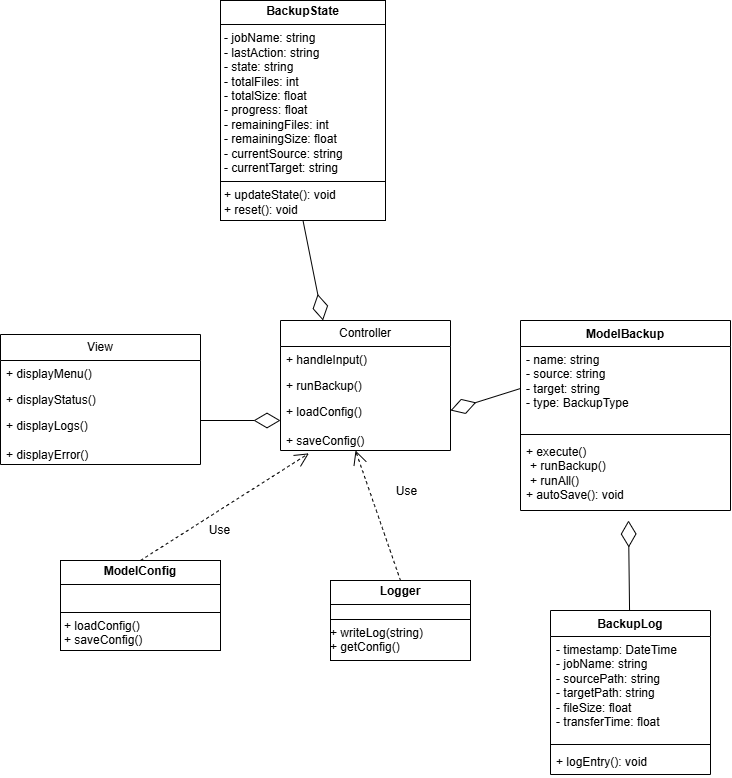
This is ressources/class_diagram.png from saadaouis/Projet_GL, a draw.io export, as it was before one commit. Source tidied: cells renumbered, new cells last; positions are measured from the earlier drawing's top-left corner, leaving out a move shared by most shapes.
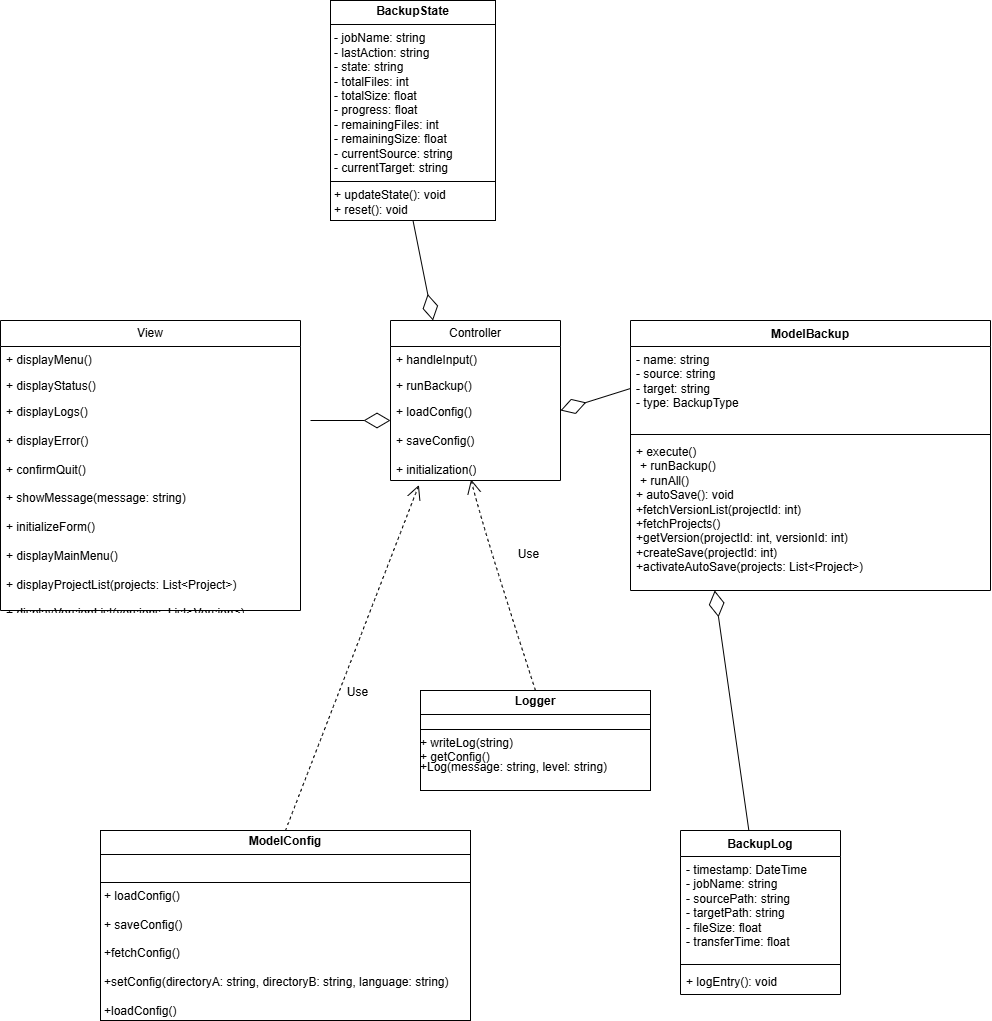
After the commit.

Commit message:
Added missing methods and adjusted formatting for consistency

What changed in the source:
```diff
@@ -3,19 +3,19 @@
     <mxCell id="0" />
     <mxCell id="1" parent="0" />
     <mxCell id="2" value="&amp;nbsp;View&amp;nbsp;" style="swimlane;fontStyle=0;horizontal=1;startSize=26;fillColor=none;whiteSpace=wrap;html=1;" parent="1" vertex="1">
-      <mxGeometry y="334" width="200" height="130" as="geometry" />
+      <mxGeometry x="-110" y="320" width="300" height="290" as="geometry" />
     </mxCell>
     <mxCell id="3" value="+ displayMenu()&amp;nbsp;" style="text;strokeColor=none;fillColor=none;align=left;verticalAlign=top;spacingLeft=4;spacingRight=4;overflow=hidden;whiteSpace=wrap;html=1;" parent="2" vertex="1">
-      <mxGeometry y="26" width="200" height="26" as="geometry" />
+      <mxGeometry y="26" width="300" height="26" as="geometry" />
     </mxCell>
     <mxCell id="4" value="+ displayStatus()" style="text;strokeColor=none;fillColor=none;align=left;verticalAlign=top;spacingLeft=4;spacingRight=4;overflow=hidden;whiteSpace=wrap;html=1;" parent="2" vertex="1">
-      <mxGeometry y="52" width="200" height="26" as="geometry" />
+      <mxGeometry y="52" width="300" height="26" as="geometry" />
     </mxCell>
-    <mxCell id="5" value="+ displayLogs()&amp;nbsp;&lt;div&gt;&lt;br&gt;&lt;div&gt;+ displayError()&amp;nbsp;&lt;/div&gt;&lt;/div&gt;" style="text;strokeColor=none;fillColor=none;align=left;verticalAlign=top;spacingLeft=4;spacingRight=4;overflow=hidden;whiteSpace=wrap;html=1;" parent="2" vertex="1">
-      <mxGeometry y="78" width="200" height="52" as="geometry" />
+    <mxCell id="5" value="+ displayLogs()&amp;nbsp;&lt;div&gt;&lt;br&gt;&lt;div&gt;+ displayError()&amp;nbsp;&lt;/div&gt;&lt;/div&gt;&lt;div&gt;&lt;br&gt;&lt;/div&gt;&lt;div&gt;&lt;div&gt;+&amp;nbsp;&lt;span style=&quot;background-color: transparent; color: light-dark(rgb(0, 0, 0), rgb(255, 255, 255));&quot;&gt;confirmQuit()&lt;/span&gt;&lt;/div&gt;&lt;div&gt;&lt;span style=&quot;background-color: transparent; color: light-dark(rgb(0, 0, 0), rgb(255, 255, 255));&quot;&gt;&lt;br&gt;&lt;/span&gt;&lt;/div&gt;&lt;div&gt;+ showMessage(message: string)&lt;/div&gt;&lt;div&gt;&lt;br&gt;&lt;/div&gt;&lt;div&gt;+ initializeForm()&lt;/div&gt;&lt;div&gt;&lt;br&gt;&lt;/div&gt;&lt;div&gt;+ displayMainMenu()&lt;/div&gt;&lt;div&gt;&lt;br&gt;&lt;/div&gt;&lt;div&gt;+ displayProjectList(projects: List&amp;lt;Project&amp;gt;)&lt;/div&gt;&lt;div&gt;&lt;br&gt;&lt;/div&gt;&lt;div&gt;+ displayVersionList(versions: List&amp;lt;Version&amp;gt;)&lt;/div&gt;&lt;/div&gt;&lt;div&gt;&lt;br&gt;&lt;/div&gt;" style="text;strokeColor=none;fillColor=none;align=left;verticalAlign=top;spacingLeft=4;spacingRight=4;overflow=hidden;whiteSpace=wrap;html=1;" parent="2" vertex="1">
+      <mxGeometry y="78" width="300" height="212" as="geometry" />
     </mxCell>
     <mxCell id="6" value="Controller" style="swimlane;fontStyle=0;horizontal=1;startSize=26;fillColor=none;whiteSpace=wrap;html=1;" parent="1" vertex="1">
-      <mxGeometry x="280" y="320" width="170" height="130" as="geometry" />
+      <mxGeometry x="280" y="320" width="170" height="160" as="geometry" />
     </mxCell>
     <mxCell id="7" value="+ handleInput()" style="text;strokeColor=none;fillColor=none;align=left;verticalAlign=top;spacingLeft=4;spacingRight=4;overflow=hidden;whiteSpace=wrap;html=1;" parent="6" vertex="1">
       <mxGeometry y="26" width="170" height="26" as="geometry" />
@@ -23,14 +23,14 @@
     <mxCell id="8" value="+ runBackup()" style="text;strokeColor=none;fillColor=none;align=left;verticalAlign=top;spacingLeft=4;spacingRight=4;overflow=hidden;whiteSpace=wrap;html=1;" parent="6" vertex="1">
       <mxGeometry y="52" width="170" height="26" as="geometry" />
     </mxCell>
-    <mxCell id="9" value="+ loadConfig()&lt;div&gt;&lt;br&gt;&lt;div&gt;+ saveConfig()&amp;nbsp;&amp;nbsp;&lt;/div&gt;&lt;div&gt;&amp;nbsp;&lt;div&gt;&lt;br&gt;&lt;/div&gt;&lt;div&gt;&amp;nbsp;&amp;nbsp;&amp;nbsp;&lt;/div&gt;&lt;/div&gt;&lt;/div&gt;" style="text;strokeColor=none;fillColor=none;align=left;verticalAlign=top;spacingLeft=4;spacingRight=4;overflow=hidden;points=[[0,0.5],[1,0.5]];portConstraint=eastwest;whiteSpace=wrap;html=1;" parent="6" vertex="1">
-      <mxGeometry y="78" width="170" height="52" as="geometry" />
+    <mxCell id="9" value="+ loadConfig()&lt;div&gt;&lt;br&gt;&lt;div&gt;+ saveConfig()&lt;/div&gt;&lt;div&gt;&lt;br&gt;&lt;/div&gt;&lt;div&gt;+ initialization()&lt;/div&gt;&lt;div&gt;&amp;nbsp;&lt;/div&gt;&lt;div&gt;&amp;nbsp;&lt;/div&gt;&lt;div&gt;&amp;nbsp;&lt;div&gt;&lt;br&gt;&lt;/div&gt;&lt;div&gt;&amp;nbsp;&amp;nbsp;&amp;nbsp;&lt;/div&gt;&lt;/div&gt;&lt;/div&gt;" style="text;strokeColor=none;fillColor=none;align=left;verticalAlign=top;spacingLeft=4;spacingRight=4;overflow=hidden;points=[[0,0.5],[1,0.5]];portConstraint=eastwest;whiteSpace=wrap;html=1;" parent="6" vertex="1">
+      <mxGeometry y="78" width="170" height="82" as="geometry" />
     </mxCell>
     <mxCell id="10" value="ModelBackup" style="swimlane;fontStyle=1;align=center;verticalAlign=top;horizontal=1;startSize=26;whiteSpace=wrap;html=1;" parent="1" vertex="1">
-      <mxGeometry x="520" y="320" width="210" height="190" as="geometry" />
+      <mxGeometry x="520" y="320" width="360" height="270" as="geometry" />
     </mxCell>
     <mxCell id="11" value="- name: string&amp;nbsp;&lt;div&gt;- source: string&lt;/div&gt;&lt;div&gt;- target: string&lt;/div&gt;&lt;div&gt;- type: BackupType&lt;/div&gt;&lt;div&gt;&amp;nbsp;&lt;/div&gt;&lt;div&gt;&amp;nbsp;&lt;div&gt;&lt;br&gt;&lt;/div&gt;&lt;/div&gt;" style="text;strokeColor=none;fillColor=none;align=left;verticalAlign=top;spacingLeft=4;spacingRight=4;overflow=hidden;points=[[0,0.5],[1,0.5]];portConstraint=eastwest;whiteSpace=wrap;html=1;" parent="10" vertex="1">
-      <mxGeometry y="26" width="210" height="84" as="geometry" />
+      <mxGeometry y="26" width="360" height="84" as="geometry" />
     </mxCell>
     <mxCell id="12" style="endArrow=diamondThin;endFill=0;endSize=24;html=1;rounded=0;fontSize=12;curved=1;exitX=0;exitY=0.5;exitDx=0;exitDy=0;" parent="10" edge="1" source="11">
       <mxGeometry relative="1" as="geometry">
@@ -38,13 +38,13 @@
       </mxGeometry>
     </mxCell>
     <mxCell id="13" style="line;strokeWidth=1;fillColor=none;align=left;verticalAlign=middle;spacingTop=-1;spacingLeft=3;spacingRight=3;labelPosition=right;strokeColor=inherit;" parent="10" vertex="1">
-      <mxGeometry y="110" width="210" height="8" as="geometry" />
+      <mxGeometry y="110" width="360" height="8" as="geometry" />
     </mxCell>
-    <mxCell id="14" value="+ execute()&amp;nbsp; &amp;nbsp; &amp;nbsp; &amp;nbsp;&lt;p style=&quot;margin: 0px 0px 0px 4px;&quot;&gt;+ runBackup()&amp;nbsp;&lt;/p&gt;&lt;p style=&quot;margin: 0px 0px 0px 4px;&quot;&gt;+ runAll()&amp;nbsp;&lt;/p&gt;&lt;div&gt;&lt;span style=&quot;background-color: transparent; color: light-dark(rgb(0, 0, 0), rgb(255, 255, 255));&quot;&gt;+ autoSave(): void&amp;nbsp;&lt;/span&gt;&amp;nbsp;&amp;nbsp; &amp;nbsp;&lt;/div&gt;" style="text;strokeColor=none;fillColor=none;align=left;verticalAlign=top;spacingLeft=4;spacingRight=4;overflow=hidden;points=[[0,0.5],[1,0.5]];portConstraint=eastwest;whiteSpace=wrap;html=1;" parent="10" vertex="1">
-      <mxGeometry y="118" width="210" height="72" as="geometry" />
+    <mxCell id="14" value="+ execute()&amp;nbsp; &amp;nbsp; &amp;nbsp; &amp;nbsp;&lt;p style=&quot;margin: 0px 0px 0px 4px;&quot;&gt;+ runBackup()&amp;nbsp;&lt;/p&gt;&lt;p style=&quot;margin: 0px 0px 0px 4px;&quot;&gt;+ runAll()&amp;nbsp;&lt;/p&gt;&lt;div&gt;&lt;span style=&quot;background-color: transparent; color: light-dark(rgb(0, 0, 0), rgb(255, 255, 255));&quot;&gt;+ autoSave(): void&amp;nbsp;&lt;/span&gt;&amp;nbsp;&amp;nbsp; &amp;nbsp;&lt;/div&gt;&lt;div&gt;&lt;div&gt;+fetchVersionList(projectId: int)&lt;/div&gt;&lt;div&gt;+fetchProjects()&lt;/div&gt;&lt;div&gt;+getVersion(projectId: int, versionId: int)&lt;/div&gt;&lt;div&gt;+createSave(projectId: int)&lt;/div&gt;&lt;div&gt;+activateAutoSave(projects: List&amp;lt;Project&amp;gt;)&lt;/div&gt;&lt;/div&gt;&lt;div&gt;&lt;br&gt;&lt;/div&gt;" style="text;strokeColor=none;fillColor=none;align=left;verticalAlign=top;spacingLeft=4;spacingRight=4;overflow=hidden;points=[[0,0.5],[1,0.5]];portConstraint=eastwest;whiteSpace=wrap;html=1;" parent="10" vertex="1">
+      <mxGeometry y="118" width="360" height="152" as="geometry" />
     </mxCell>
     <mxCell id="15" value="BackupLog" style="swimlane;fontStyle=1;align=center;verticalAlign=top;horizontal=1;startSize=26;whiteSpace=wrap;html=1;" parent="1" vertex="1">
-      <mxGeometry x="550" y="610" width="160" height="164" as="geometry" />
+      <mxGeometry x="570" y="830" width="160" height="164" as="geometry" />
     </mxCell>
     <mxCell id="16" value="- timestamp: DateTime&lt;br&gt;- jobName: string&lt;br&gt;- sourcePath: string&lt;div&gt;- targetPath: string&lt;/div&gt;&lt;div&gt;- fileSize: float&lt;/div&gt;&lt;div&gt;- transferTime: float&lt;/div&gt;" style="text;strokeColor=none;fillColor=none;align=left;verticalAlign=top;spacingLeft=4;spacingRight=4;overflow=hidden;whiteSpace=wrap;html=1;" parent="15" vertex="1">
       <mxGeometry y="26" width="160" height="104" as="geometry" />
@@ -58,11 +58,11 @@
     <mxCell id="19" value="&lt;p style=&quot;margin:0px;margin-top:4px;text-align:center;&quot;&gt;&lt;b&gt;BackupState&lt;/b&gt;&lt;/p&gt;&lt;hr size=&quot;1&quot; style=&quot;border-style:solid;&quot;&gt;&lt;p style=&quot;margin:0px;margin-left:4px;&quot;&gt;- jobName: string&amp;nbsp;&amp;nbsp;&lt;/p&gt;&lt;p style=&quot;margin:0px;margin-left:4px;&quot;&gt;- lastAction: string&amp;nbsp;&amp;nbsp;&lt;/p&gt;&lt;p style=&quot;margin:0px;margin-left:4px;&quot;&gt;- state: string&amp;nbsp;&amp;nbsp;&lt;/p&gt;&lt;p style=&quot;margin:0px;margin-left:4px;&quot;&gt;- totalFiles: int&amp;nbsp;&amp;nbsp;&lt;/p&gt;&lt;p style=&quot;margin:0px;margin-left:4px;&quot;&gt;- totalSize: float&amp;nbsp;&amp;nbsp;&lt;/p&gt;&lt;p style=&quot;margin:0px;margin-left:4px;&quot;&gt;- progress: float&amp;nbsp;&amp;nbsp;&lt;/p&gt;&lt;p style=&quot;margin:0px;margin-left:4px;&quot;&gt;- remainingFiles: int&amp;nbsp;&amp;nbsp;&lt;/p&gt;&lt;p style=&quot;margin:0px;margin-left:4px;&quot;&gt;- remainingSize: float&amp;nbsp;&amp;nbsp;&lt;/p&gt;&lt;p style=&quot;margin:0px;margin-left:4px;&quot;&gt;- currentSource: string&amp;nbsp;&amp;nbsp;&lt;/p&gt;&lt;p style=&quot;margin:0px;margin-left:4px;&quot;&gt;- currentTarget: string&amp;nbsp;&amp;nbsp;&lt;/p&gt;&lt;hr size=&quot;1&quot; style=&quot;border-style:solid;&quot;&gt;&lt;p style=&quot;margin:0px;margin-left:4px;&quot;&gt;+ updateState(): void&amp;nbsp;&amp;nbsp;&lt;/p&gt;&lt;p style=&quot;margin:0px;margin-left:4px;&quot;&gt;+ reset(): void&amp;nbsp;&amp;nbsp;&lt;/p&gt;" style="verticalAlign=top;align=left;overflow=fill;html=1;whiteSpace=wrap;" parent="1" vertex="1">
       <mxGeometry x="220" width="165" height="220" as="geometry" />
     </mxCell>
-    <mxCell id="20" value="&lt;p style=&quot;margin:0px;margin-top:4px;text-align:center;&quot;&gt;&lt;b&gt;ModelConfig&lt;/b&gt;&lt;/p&gt;&lt;hr size=&quot;1&quot; style=&quot;border-style:solid;&quot;&gt;&lt;p style=&quot;margin:0px;margin-left:4px;&quot;&gt;&lt;br&gt;&lt;/p&gt;&lt;hr size=&quot;1&quot; style=&quot;border-style:solid;&quot;&gt;&lt;p style=&quot;margin:0px;margin-left:4px;&quot;&gt;+ loadConfig()&lt;/p&gt;&lt;p style=&quot;margin:0px;margin-left:4px;&quot;&gt;+ saveConfig()&lt;br&gt;&lt;br&gt;&lt;/p&gt;" style="verticalAlign=top;align=left;overflow=fill;html=1;whiteSpace=wrap;" parent="1" vertex="1">
-      <mxGeometry x="60" y="560" width="160" height="90" as="geometry" />
+    <mxCell id="20" value="&lt;p style=&quot;margin:0px;margin-top:4px;text-align:center;&quot;&gt;&lt;b&gt;ModelConfig&lt;/b&gt;&lt;/p&gt;&lt;hr size=&quot;1&quot; style=&quot;border-style:solid;&quot;&gt;&lt;p style=&quot;margin:0px;margin-left:4px;&quot;&gt;&lt;br&gt;&lt;/p&gt;&lt;hr size=&quot;1&quot; style=&quot;border-style:solid;&quot;&gt;&lt;p style=&quot;margin:0px;margin-left:4px;&quot;&gt;+ loadConfig()&lt;/p&gt;&lt;p style=&quot;margin:0px;margin-left:4px;&quot;&gt;&lt;br&gt;&lt;/p&gt;&lt;p style=&quot;margin:0px;margin-left:4px;&quot;&gt;+ saveConfig()&lt;/p&gt;&lt;p style=&quot;margin:0px;margin-left:4px;&quot;&gt;&lt;br&gt;&lt;/p&gt;&lt;p style=&quot;margin:0px;margin-left:4px;&quot;&gt;+fetchConfig()&lt;/p&gt;&lt;p style=&quot;margin:0px;margin-left:4px;&quot;&gt;&lt;br&gt;&lt;/p&gt;&lt;p style=&quot;margin:0px;margin-left:4px;&quot;&gt;+setConfig(directoryA: string, directoryB: string, language: string)&lt;/p&gt;&lt;p style=&quot;margin:0px;margin-left:4px;&quot;&gt;&lt;br&gt;&lt;/p&gt;&lt;p style=&quot;margin:0px;margin-left:4px;&quot;&gt;&lt;span style=&quot;background-color: transparent; color: light-dark(rgb(0, 0, 0), rgb(255, 255, 255));&quot;&gt;+loadConfig()&lt;/span&gt;&lt;/p&gt;&lt;p style=&quot;margin:0px;margin-left:4px;&quot;&gt;&lt;br&gt;&lt;/p&gt;" style="verticalAlign=top;align=left;overflow=fill;html=1;whiteSpace=wrap;" parent="1" vertex="1">
+      <mxGeometry x="-10" y="830" width="370" height="190" as="geometry" />
     </mxCell>
-    <mxCell id="21" value="&lt;p style=&quot;margin:0px;margin-top:4px;text-align:center;&quot;&gt;&lt;b&gt;Logger&lt;/b&gt;&lt;/p&gt;&lt;hr size=&quot;1&quot; style=&quot;border-style:solid;&quot;&gt;&lt;div style=&quot;height:2px;&quot;&gt;&lt;/div&gt;&lt;hr size=&quot;1&quot; style=&quot;border-style:solid;&quot;&gt;&lt;div style=&quot;height:2px;&quot;&gt;+ writeLog(string)&lt;/div&gt;&lt;div style=&quot;height:2px;&quot;&gt;&lt;br&gt;&lt;/div&gt;&lt;div style=&quot;height:2px;&quot;&gt;&lt;br&gt;&lt;/div&gt;&lt;div style=&quot;height:2px;&quot;&gt;&lt;br&gt;&lt;/div&gt;&lt;div style=&quot;height:2px;&quot;&gt;&lt;br&gt;&lt;/div&gt;&lt;div style=&quot;height:2px;&quot;&gt;&amp;nbsp;&amp;nbsp;&lt;/div&gt;&lt;div style=&quot;height:2px;&quot;&gt;&lt;br&gt;&lt;/div&gt;&lt;div style=&quot;height:2px;&quot;&gt;+ getConfig()&lt;/div&gt;&lt;div style=&quot;height:2px;&quot;&gt;&lt;br&gt;&lt;/div&gt;&lt;div style=&quot;height:2px;&quot;&gt;&lt;br&gt;&lt;/div&gt;" style="verticalAlign=top;align=left;overflow=fill;html=1;whiteSpace=wrap;" parent="1" vertex="1">
-      <mxGeometry x="330" y="580" width="140" height="80" as="geometry" />
+    <mxCell id="21" value="&lt;p style=&quot;margin:0px;margin-top:4px;text-align:center;&quot;&gt;&lt;b&gt;Logger&lt;/b&gt;&lt;/p&gt;&lt;hr size=&quot;1&quot; style=&quot;border-style:solid;&quot;&gt;&lt;div style=&quot;height:2px;&quot;&gt;&lt;/div&gt;&lt;hr size=&quot;1&quot; style=&quot;border-style:solid;&quot;&gt;&lt;div style=&quot;height:2px;&quot;&gt;+ writeLog(string)&lt;/div&gt;&lt;div style=&quot;height:2px;&quot;&gt;&lt;br&gt;&lt;/div&gt;&lt;div style=&quot;height:2px;&quot;&gt;&lt;br&gt;&lt;/div&gt;&lt;div style=&quot;height:2px;&quot;&gt;&lt;br&gt;&lt;/div&gt;&lt;div style=&quot;height:2px;&quot;&gt;&lt;br&gt;&lt;/div&gt;&lt;div style=&quot;height:2px;&quot;&gt;&amp;nbsp;&amp;nbsp;&lt;/div&gt;&lt;div style=&quot;height:2px;&quot;&gt;&lt;br&gt;&lt;/div&gt;&lt;div style=&quot;height:2px;&quot;&gt;+ getConfig()&lt;/div&gt;&lt;div style=&quot;height:2px;&quot;&gt;&lt;br&gt;&lt;/div&gt;&lt;div style=&quot;height:2px;&quot;&gt;&lt;br&gt;&lt;/div&gt;&lt;div style=&quot;height:2px;&quot;&gt;&lt;br&gt;&lt;/div&gt;&lt;div style=&quot;height:2px;&quot;&gt;&lt;br&gt;&lt;/div&gt;&lt;div style=&quot;height:2px;&quot;&gt;&lt;div style=&quot;height:2px;&quot;&gt;+Log(message: string, level: string)&lt;/div&gt;&lt;div&gt;&lt;br&gt;&lt;/div&gt;&lt;/div&gt;" style="verticalAlign=top;align=left;overflow=fill;html=1;whiteSpace=wrap;" parent="1" vertex="1">
+      <mxGeometry x="310" y="690" width="230" height="100" as="geometry" />
     </mxCell>
     <mxCell id="22" style="endArrow=diamondThin;endFill=0;endSize=24;html=1;rounded=0;fontSize=12;curved=1;" parent="1" edge="1">
       <mxGeometry relative="1" as="geometry">
@@ -70,14 +70,14 @@
         <mxPoint x="280" y="420" as="targetPoint" />
       </mxGeometry>
     </mxCell>
-    <mxCell id="23" style="endArrow=diamondThin;endFill=0;endSize=24;html=1;rounded=0;fontSize=12;curved=1;" parent="1" edge="1" source="15">
-      <mxGeometry relative="1" as="geometry">
-        <mxPoint x="628" y="520" as="targetPoint" />
-      </mxGeometry>
+    <mxCell id="23" style="endArrow=diamondThin;endFill=0;endSize=24;html=1;rounded=0;fontSize=12;curved=1;entryX=0.234;entryY=1;entryDx=0;entryDy=0;entryPerimeter=0;" parent="1" edge="1" source="15" target="14">
+      <mxGeometry relative="1" as="geometry" />
     </mxCell>
-    <mxCell id="24" value="Use" style="endArrow=open;endSize=12;dashed=1;html=1;rounded=0;fontSize=12;curved=1;exitX=0.5;exitY=0;exitDx=0;exitDy=0;" parent="1" edge="1" source="21">
+    <mxCell id="24" value="Use" style="endArrow=open;endSize=12;dashed=1;html=1;rounded=0;fontSize=12;curved=1;exitX=0.5;exitY=0;exitDx=0;exitDy=0;entryX=0.474;entryY=0.987;entryDx=0;entryDy=0;entryPerimeter=0;" parent="1" edge="1" source="21" target="9">
       <mxGeometry x="0.19" y="-35" relative="1" as="geometry">
-        <mxPoint x="355" y="450" as="targetPoint" />
+        <Array as="points">
+          <mxPoint x="370" y="520" />
+        </Array>
         <mxPoint y="-1" as="offset" />
       </mxGeometry>
     </mxCell>
```
